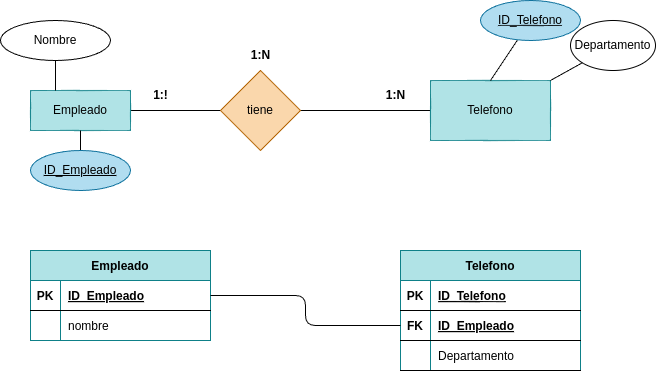
This is tareas/tarea-6-Normalizacion/images/ejercicio3.drawio.png from betancorge/base-datos-2, a draw.io export, as it was before one commit. Source tidied: cells renumbered, new cells last; positions are measured from the earlier drawing's top-left corner, leaving out a move shared by most shapes.
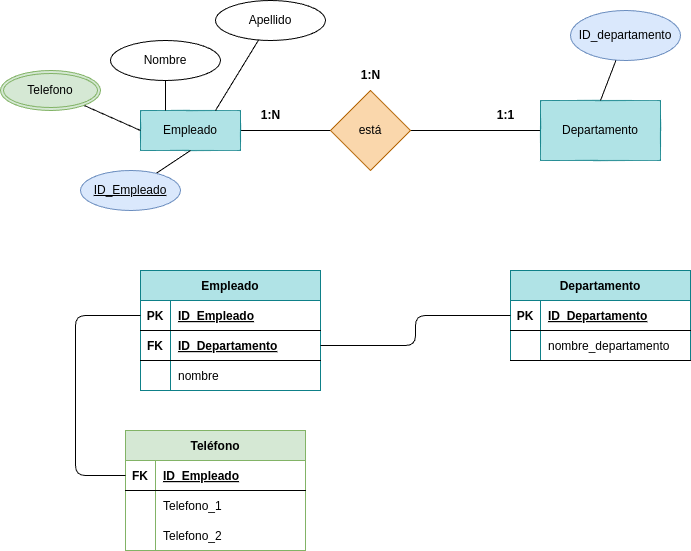
After the change.

Diff of the diagram source:
```diff
@@ -11,35 +11,44 @@
     <mxCell id="4" style="edgeStyle=none;html=1;strokeColor=#000000;endArrow=none;endFill=0;" parent="1" edge="1" source="5" target="6">
       <mxGeometry relative="1" as="geometry" />
     </mxCell>
-    <mxCell id="5" value="&lt;font color=&quot;#000000&quot;&gt;tiene&lt;/font&gt;" style="rhombus;whiteSpace=wrap;html=1;fillColor=#fad7ac;strokeColor=#b46504;" parent="1" vertex="1">
+    <mxCell id="5" value="&lt;font color=&quot;#000000&quot;&gt;está&lt;/font&gt;" style="rhombus;whiteSpace=wrap;html=1;fillColor=#fad7ac;strokeColor=#b46504;" parent="1" vertex="1">
       <mxGeometry x="220" y="70" width="80" height="80" as="geometry" />
     </mxCell>
-    <mxCell id="6" value="&lt;font color=&quot;#000000&quot;&gt;Telefono&lt;/font&gt;" style="whiteSpace=wrap;html=1;fillColor=#b0e3e6;strokeColor=#0e8088;" parent="1" vertex="1">
+    <mxCell id="6" value="&lt;font color=&quot;#000000&quot;&gt;Departamento&lt;/font&gt;" style="whiteSpace=wrap;html=1;fillColor=#b0e3e6;strokeColor=#0e8088;" parent="1" vertex="1">
       <mxGeometry x="430" y="80" width="120" height="60" as="geometry" />
     </mxCell>
-    <mxCell id="7" value="&lt;b&gt;1:N&lt;/b&gt;" style="text;html=1;align=center;verticalAlign=middle;strokeColor=none;fillColor=none;fontColor=#000000;" parent="1" vertex="1">
+    <mxCell id="7" value="&lt;b&gt;1:1&lt;/b&gt;" style="text;html=1;align=center;verticalAlign=middle;strokeColor=none;fillColor=none;fontColor=#000000;" parent="1" vertex="1">
       <mxGeometry x="375" y="80" width="40" height="30" as="geometry" />
     </mxCell>
-    <mxCell id="8" value="&lt;b&gt;1:!&lt;/b&gt;" style="text;html=1;align=center;verticalAlign=middle;strokeColor=none;fillColor=none;fontColor=#000000;" parent="1" vertex="1">
+    <mxCell id="8" value="&lt;b&gt;1:N&lt;/b&gt;" style="text;html=1;align=center;verticalAlign=middle;strokeColor=none;fillColor=none;fontColor=#000000;" parent="1" vertex="1">
       <mxGeometry x="140" y="80" width="40" height="30" as="geometry" />
     </mxCell>
     <mxCell id="9" value="&lt;b&gt;1:N&lt;/b&gt;" style="text;html=1;align=center;verticalAlign=middle;strokeColor=none;fillColor=none;fontColor=#000000;" parent="1" vertex="1">
       <mxGeometry x="240" y="40" width="40" height="30" as="geometry" />
     </mxCell>
     <mxCell id="10" value="Empleado" style="shape=table;startSize=30;rowLines=0;fontStyle=1;align=center;labelBackgroundColor=none;strokeColor=#0e8088;fillColor=#b0e3e6;fontColor=#000000;" parent="1" vertex="1">
-      <mxGeometry x="30" y="250" width="180" height="90" as="geometry" />
+      <mxGeometry x="30" y="250" width="180" height="120" as="geometry" />
     </mxCell>
+    <mxCell id="36" style="shape=tableRow;horizontal=0;startSize=0;swimlaneHead=0;swimlaneBody=0;fillColor=none;points=[[0,0.5],[1,0.5]];portConstraint=eastwest;top=0;left=0;right=0;bottom=1;labelBackgroundColor=none;fontColor=#000000;" parent="10" vertex="1">
+      <mxGeometry y="30" width="180" height="30" as="geometry" />
+    </mxCell>
+    <mxCell id="37" value="PK" style="shape=partialRectangle;fillColor=none;top=0;left=0;bottom=0;right=0;fontStyle=1;overflow=hidden;labelBackgroundColor=none;fontColor=#000000;" parent="36" vertex="1">
+      <mxGeometry width="30" height="30" as="geometry" />
+    </mxCell>
+    <mxCell id="38" value="ID_Empleado" style="shape=partialRectangle;fillColor=none;top=0;left=0;bottom=0;right=0;align=left;spacingLeft=6;fontStyle=5;overflow=hidden;labelBackgroundColor=none;fontColor=#000000;" parent="36" vertex="1">
+      <mxGeometry x="30" width="150" height="30" as="geometry" />
+    </mxCell>
     <mxCell id="11" style="shape=tableRow;horizontal=0;startSize=0;swimlaneHead=0;swimlaneBody=0;fillColor=none;points=[[0,0.5],[1,0.5]];portConstraint=eastwest;top=0;left=0;right=0;bottom=1;labelBackgroundColor=none;fontColor=#000000;" parent="10" vertex="1">
-      <mxGeometry y="30" width="180" height="30" as="geometry" />
+      <mxGeometry y="60" width="180" height="30" as="geometry" />
     </mxCell>
-    <mxCell id="12" value="PK" style="shape=partialRectangle;fillColor=none;top=0;left=0;bottom=0;right=0;fontStyle=1;overflow=hidden;labelBackgroundColor=none;fontColor=#000000;" parent="11" vertex="1">
+    <mxCell id="12" value="FK" style="shape=partialRectangle;fillColor=none;top=0;left=0;bottom=0;right=0;fontStyle=1;overflow=hidden;labelBackgroundColor=none;fontColor=#000000;" parent="11" vertex="1">
       <mxGeometry width="30" height="30" as="geometry" />
     </mxCell>
-    <mxCell id="13" value="ID_Empleado" style="shape=partialRectangle;fillColor=none;top=0;left=0;bottom=0;right=0;align=left;spacingLeft=6;fontStyle=5;overflow=hidden;labelBackgroundColor=none;fontColor=#000000;" parent="11" vertex="1">
+    <mxCell id="13" value="ID_Departamento" style="shape=partialRectangle;fillColor=none;top=0;left=0;bottom=0;right=0;align=left;spacingLeft=6;fontStyle=5;overflow=hidden;labelBackgroundColor=none;fontColor=#000000;" parent="11" vertex="1">
       <mxGeometry x="30" width="150" height="30" as="geometry" />
     </mxCell>
     <mxCell id="14" style="shape=tableRow;horizontal=0;startSize=0;swimlaneHead=0;swimlaneBody=0;fillColor=none;top=0;left=0;right=0;bottom=0;labelBackgroundColor=none;fontColor=#000000;" parent="10" vertex="1">
-      <mxGeometry y="60" width="180" height="30" as="geometry" />
+      <mxGeometry y="90" width="180" height="30" as="geometry" />
     </mxCell>
     <mxCell id="15" style="shape=partialRectangle;fillColor=none;top=0;left=0;bottom=0;right=0;overflow=hidden;labelBackgroundColor=none;fontColor=#000000;" parent="14" vertex="1">
       <mxGeometry width="30" height="30" as="geometry" />
@@ -47,8 +56,8 @@
     <mxCell id="16" value="nombre" style="shape=partialRectangle;fillColor=none;top=0;left=0;bottom=0;right=0;align=left;spacingLeft=6;overflow=hidden;labelBackgroundColor=none;fontColor=#000000;" parent="14" vertex="1">
       <mxGeometry x="30" width="150" height="30" as="geometry" />
     </mxCell>
-    <mxCell id="17" value="Telefono" style="shape=table;startSize=30;rowLines=0;fontStyle=1;align=center;labelBackgroundColor=none;strokeColor=#0e8088;fillColor=#b0e3e6;fontColor=#000000;" parent="1" vertex="1">
-      <mxGeometry x="400" y="250" width="180" height="120" as="geometry" />
+    <mxCell id="17" value="Departamento" style="shape=table;startSize=30;rowLines=0;fontStyle=1;align=center;labelBackgroundColor=none;strokeColor=#0e8088;fillColor=#b0e3e6;fontColor=#000000;" parent="1" vertex="1">
+      <mxGeometry x="400" y="250" width="180" height="90" as="geometry" />
     </mxCell>
     <mxCell id="18" style="shape=tableRow;horizontal=0;startSize=0;swimlaneHead=0;swimlaneBody=0;fillColor=none;points=[[0,0.5],[1,0.5]];portConstraint=eastwest;top=0;left=0;right=0;bottom=1;labelBackgroundColor=none;fontColor=#000000;" parent="17" vertex="1">
       <mxGeometry y="30" width="180" height="30" as="geometry" />
@@ -56,28 +65,19 @@
     <mxCell id="19" value="PK" style="shape=partialRectangle;fillColor=none;top=0;left=0;bottom=0;right=0;fontStyle=1;overflow=hidden;labelBackgroundColor=none;fontColor=#000000;" parent="18" vertex="1">
       <mxGeometry width="30" height="30" as="geometry" />
     </mxCell>
-    <mxCell id="20" value="ID_Telefono" style="shape=partialRectangle;fillColor=none;top=0;left=0;bottom=0;right=0;align=left;spacingLeft=6;fontStyle=5;overflow=hidden;labelBackgroundColor=none;fontColor=#000000;" parent="18" vertex="1">
+    <mxCell id="20" value="ID_Departamento" style="shape=partialRectangle;fillColor=none;top=0;left=0;bottom=0;right=0;align=left;spacingLeft=6;fontStyle=5;overflow=hidden;labelBackgroundColor=none;fontColor=#000000;" parent="18" vertex="1">
       <mxGeometry x="30" width="150" height="30" as="geometry" />
     </mxCell>
-    <mxCell id="21" style="shape=tableRow;horizontal=0;startSize=0;swimlaneHead=0;swimlaneBody=0;fillColor=none;points=[[0,0.5],[1,0.5]];portConstraint=eastwest;top=0;left=0;right=0;bottom=1;labelBackgroundColor=none;fontColor=#000000;" parent="17" vertex="1">
-      <mxGeometry y="60" width="180" height="30" as="geometry" />
-    </mxCell>
-    <mxCell id="22" value="FK" style="shape=partialRectangle;fillColor=none;top=0;left=0;bottom=0;right=0;fontStyle=1;overflow=hidden;labelBackgroundColor=none;fontColor=#000000;" parent="21" vertex="1">
-      <mxGeometry width="30" height="30" as="geometry" />
-    </mxCell>
-    <mxCell id="23" value="ID_Empleado" style="shape=partialRectangle;fillColor=none;top=0;left=0;bottom=0;right=0;align=left;spacingLeft=6;fontStyle=5;overflow=hidden;labelBackgroundColor=none;fontColor=#000000;" parent="21" vertex="1">
-      <mxGeometry x="30" width="150" height="30" as="geometry" />
-    </mxCell>
     <mxCell id="24" style="shape=tableRow;horizontal=0;startSize=0;swimlaneHead=0;swimlaneBody=0;fillColor=none;top=0;left=0;right=0;bottom=1;labelBackgroundColor=none;fontColor=#000000;" parent="17" vertex="1">
-      <mxGeometry y="90" width="180" height="30" as="geometry" />
+      <mxGeometry y="60" width="180" height="30" as="geometry" />
     </mxCell>
     <mxCell id="25" style="shape=partialRectangle;fillColor=none;top=0;left=0;bottom=0;right=0;fontStyle=1;overflow=hidden;labelBackgroundColor=none;fontColor=#000000;" parent="24" vertex="1">
       <mxGeometry width="30" height="30" as="geometry" />
     </mxCell>
-    <mxCell id="26" value="Departamento" style="shape=partialRectangle;fillColor=none;top=0;left=0;bottom=0;right=0;align=left;spacingLeft=6;fontStyle=0;overflow=hidden;labelBackgroundColor=none;fontColor=#000000;" parent="24" vertex="1">
+    <mxCell id="26" value="nombre_departamento" style="shape=partialRectangle;fillColor=none;top=0;left=0;bottom=0;right=0;align=left;spacingLeft=6;fontStyle=0;overflow=hidden;labelBackgroundColor=none;fontColor=#000000;" parent="24" vertex="1">
       <mxGeometry x="30" width="150" height="30" as="geometry" />
     </mxCell>
-    <mxCell id="27" style="edgeStyle=orthogonalEdgeStyle;html=1;exitX=1;exitY=0.5;exitDx=0;exitDy=0;entryX=0;entryY=0.5;entryDx=0;entryDy=0;strokeColor=#000000;fontColor=#000000;endArrow=none;endFill=0;" parent="1" edge="1" source="11" target="21">
+    <mxCell id="27" style="edgeStyle=orthogonalEdgeStyle;html=1;exitX=1;exitY=0.5;exitDx=0;exitDy=0;entryX=0;entryY=0.5;entryDx=0;entryDy=0;strokeColor=#000000;fontColor=#000000;endArrow=none;endFill=0;" parent="1" edge="1" source="11" target="18">
       <mxGeometry relative="1" as="geometry" />
     </mxCell>
     <mxCell id="28" style="edgeStyle=none;html=1;entryX=0.25;entryY=0;entryDx=0;entryDy=0;fontColor=#000000;strokeColor=#000000;endArrow=none;endFill=0;" parent="1" edge="1" source="29" target="3">
@@ -86,23 +86,67 @@
     <mxCell id="29" value="&lt;font color=&quot;#000000&quot;&gt;Nombre&lt;/font&gt;" style="ellipse;whiteSpace=wrap;html=1;align=center;fillColor=none;strokeColor=#000000;" parent="1" vertex="1">
       <mxGeometry y="20" width="110" height="40" as="geometry" />
     </mxCell>
-    <mxCell id="30" style="edgeStyle=none;html=1;entryX=0.5;entryY=0;entryDx=0;entryDy=0;strokeColor=#000000;fontColor=#000000;endArrow=none;endFill=0;" parent="1" edge="1" source="31" target="6">
-      <mxGeometry relative="1" as="geometry" />
-    </mxCell>
-    <mxCell id="31" value="&lt;font&gt;ID_Telefono&lt;/font&gt;" style="ellipse;whiteSpace=wrap;html=1;align=center;fontStyle=4;strokeColor=#10739e;fillColor=#b1ddf0;fontColor=#000000;" parent="1" vertex="1">
-      <mxGeometry x="480" width="100" height="40" as="geometry" />
-    </mxCell>
     <mxCell id="32" style="edgeStyle=none;html=1;entryX=0.5;entryY=1;entryDx=0;entryDy=0;strokeColor=#000000;fontColor=#000000;endArrow=none;endFill=0;" parent="1" edge="1" source="33" target="3">
       <mxGeometry relative="1" as="geometry" />
     </mxCell>
-    <mxCell id="33" value="&lt;font&gt;ID_Empleado&lt;/font&gt;" style="ellipse;whiteSpace=wrap;html=1;align=center;fontStyle=4;strokeColor=#10739e;fillColor=#b1ddf0;fontColor=#000000;" parent="1" vertex="1">
-      <mxGeometry x="30" y="150" width="100" height="40" as="geometry" />
+    <mxCell id="33" value="&lt;font&gt;ID_Empleado&lt;/font&gt;" style="ellipse;whiteSpace=wrap;html=1;align=center;fontStyle=4;strokeColor=#6c8ebf;fillColor=#dae8fc;" parent="1" vertex="1">
+      <mxGeometry x="-30" y="150" width="100" height="40" as="geometry" />
     </mxCell>
-    <mxCell id="34" style="edgeStyle=none;html=1;entryX=1;entryY=0;entryDx=0;entryDy=0;fontColor=#000000;strokeColor=#000000;endArrow=none;endFill=0;" parent="1" edge="1" source="35" target="6">
+    <mxCell id="34" style="edgeStyle=none;html=1;entryX=0.5;entryY=0;entryDx=0;entryDy=0;fontColor=#000000;strokeColor=#000000;endArrow=none;endFill=0;" parent="1" edge="1" source="35" target="6">
       <mxGeometry relative="1" as="geometry" />
     </mxCell>
-    <mxCell id="35" value="&lt;font color=&quot;#000000&quot;&gt;Departamento&lt;/font&gt;" style="ellipse;whiteSpace=wrap;html=1;align=center;fillColor=none;strokeColor=#000000;" parent="1" vertex="1">
-      <mxGeometry x="570" y="20" width="85" height="50" as="geometry" />
+    <mxCell id="35" value="ID_departamento" style="ellipse;whiteSpace=wrap;html=1;align=center;fillColor=#dae8fc;strokeColor=#6c8ebf;" parent="1" vertex="1">
+      <mxGeometry x="460" y="-10" width="110" height="50" as="geometry" />
     </mxCell>
+    <mxCell id="39" style="edgeStyle=none;html=1;entryX=0.75;entryY=0;entryDx=0;entryDy=0;endArrow=none;endFill=0;" parent="1" edge="1" source="40" target="3">
+      <mxGeometry relative="1" as="geometry" />
+    </mxCell>
+    <mxCell id="40" value="&lt;font color=&quot;#000000&quot;&gt;Apellido&lt;/font&gt;" style="ellipse;whiteSpace=wrap;html=1;align=center;fillColor=none;strokeColor=#000000;" parent="1" vertex="1">
+      <mxGeometry x="105" y="-20" width="110" height="40" as="geometry" />
+    </mxCell>
+    <mxCell id="41" style="edgeStyle=none;html=1;entryX=0;entryY=0.5;entryDx=0;entryDy=0;endArrow=none;endFill=0;" parent="1" edge="1" source="42" target="3">
+      <mxGeometry relative="1" as="geometry" />
+    </mxCell>
+    <mxCell id="42" value="Telefono" style="ellipse;shape=doubleEllipse;margin=3;whiteSpace=wrap;html=1;align=center;fillColor=#d5e8d4;strokeColor=#82b366;" parent="1" vertex="1">
+      <mxGeometry x="-110" y="50" width="100" height="40" as="geometry" />
+    </mxCell>
+    <mxCell id="43" value="Teléfono" style="shape=table;startSize=30;rowLines=0;fontStyle=1;align=center;labelBackgroundColor=none;strokeColor=#82b366;fillColor=#d5e8d4;" parent="1" vertex="1">
+      <mxGeometry x="15" y="410" width="180" height="120" as="geometry" />
+    </mxCell>
+    <mxCell id="44" style="shape=tableRow;horizontal=0;startSize=0;swimlaneHead=0;swimlaneBody=0;fillColor=none;points=[[0,0.5],[1,0.5]];portConstraint=eastwest;top=0;left=0;right=0;bottom=1;labelBackgroundColor=none;fontColor=#000000;" parent="43" vertex="1">
+      <mxGeometry y="30" width="180" height="30" as="geometry" />
+    </mxCell>
+    <mxCell id="22" value="FK" style="shape=partialRectangle;fillColor=none;top=0;left=0;bottom=0;right=0;fontStyle=1;overflow=hidden;labelBackgroundColor=none;fontColor=#000000;" parent="44" vertex="1">
+      <mxGeometry width="30" height="30" as="geometry" />
+    </mxCell>
+    <mxCell id="45" value="ID_Empleado" style="shape=partialRectangle;fillColor=none;top=0;left=0;bottom=0;right=0;align=left;spacingLeft=6;fontStyle=5;overflow=hidden;labelBackgroundColor=none;fontColor=#000000;" parent="44" vertex="1">
+      <mxGeometry x="30" width="150" height="30" as="geometry" />
+    </mxCell>
+    <mxCell id="46" style="shape=tableRow;horizontal=0;startSize=0;swimlaneHead=0;swimlaneBody=0;fillColor=none;top=0;left=0;right=0;bottom=0;labelBackgroundColor=none;fontColor=#000000;" parent="43" vertex="1">
+      <mxGeometry y="60" width="180" height="30" as="geometry" />
+    </mxCell>
+    <mxCell id="47" style="shape=partialRectangle;fillColor=none;top=0;left=0;bottom=0;right=0;overflow=hidden;labelBackgroundColor=none;fontColor=#000000;" parent="46" vertex="1">
+      <mxGeometry width="30" height="30" as="geometry" />
+    </mxCell>
+    <mxCell id="48" value="Telefono_1" style="shape=partialRectangle;fillColor=none;top=0;left=0;bottom=0;right=0;align=left;spacingLeft=6;overflow=hidden;labelBackgroundColor=none;fontColor=#000000;" parent="46" vertex="1">
+      <mxGeometry x="30" width="150" height="30" as="geometry" />
+    </mxCell>
+    <mxCell id="49" style="shape=tableRow;horizontal=0;startSize=0;swimlaneHead=0;swimlaneBody=0;fillColor=none;top=0;left=0;right=0;bottom=0;labelBackgroundColor=none;fontColor=#000000;" parent="43" vertex="1">
+      <mxGeometry y="90" width="180" height="30" as="geometry" />
+    </mxCell>
+    <mxCell id="50" style="shape=partialRectangle;fillColor=none;top=0;left=0;bottom=0;right=0;overflow=hidden;labelBackgroundColor=none;fontColor=#000000;" parent="49" vertex="1">
+      <mxGeometry width="30" height="30" as="geometry" />
+    </mxCell>
+    <mxCell id="51" value="Telefono_2" style="shape=partialRectangle;fillColor=none;top=0;left=0;bottom=0;right=0;align=left;spacingLeft=6;overflow=hidden;labelBackgroundColor=none;fontColor=#000000;" parent="49" vertex="1">
+      <mxGeometry x="30" width="150" height="30" as="geometry" />
+    </mxCell>
+    <mxCell id="52" style="edgeStyle=orthogonalEdgeStyle;html=1;entryX=0;entryY=0.5;entryDx=0;entryDy=0;endArrow=none;endFill=0;exitX=0;exitY=0.5;exitDx=0;exitDy=0;" parent="1" edge="1" source="36" target="44">
+      <mxGeometry relative="1" as="geometry">
+        <Array as="points">
+          <mxPoint x="-35" y="295" />
+          <mxPoint x="-35" y="455" />
+        </Array>
+      </mxGeometry>
+    </mxCell>
   </root>
 </mxGraphModel>
```
